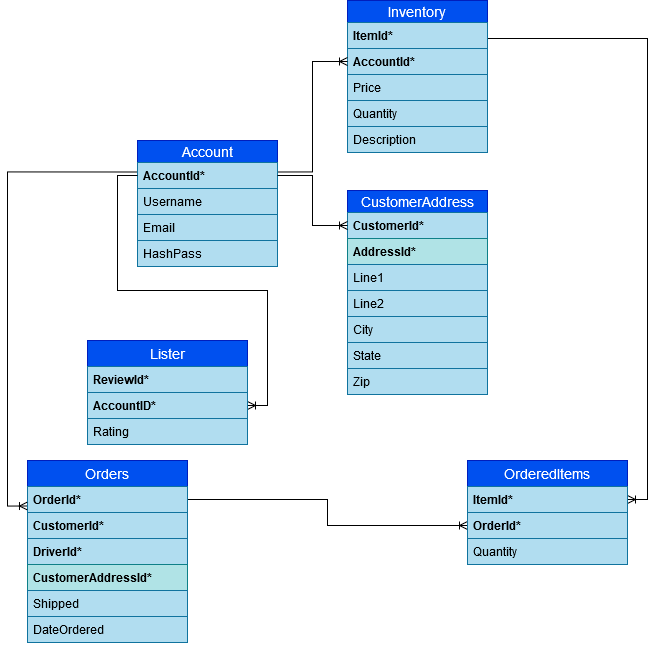
Before: DrivrER.png, a diagram exported from draw.io (jcorm714/Naybrr). Source tidied: cells renumbered, new cells last; positions are measured from the earlier drawing's top-left corner, leaving out a move shared by most shapes. The source it was exported from:
```xml
<mxGraphModel>
  <root>
    <mxCell id="0" />
    <mxCell id="1" parent="0" />
    <mxCell id="2" style="edgeStyle=orthogonalEdgeStyle;rounded=0;jettySize=auto;html=1;exitX=1;exitY=0.25;exitDx=0;exitDy=0;entryX=1;entryY=0.5;entryDx=0;entryDy=0;endArrow=ERoneToMany;endFill=0;" parent="1" edge="1" source="3" target="11">
      <mxGeometry relative="1" as="geometry" />
    </mxCell>
    <mxCell id="3" value="Inventory" style="swimlane;fontStyle=0;horizontal=1;startSize=22;align=center;fontSize=14;fillColor=#0050ef;strokeColor=#001DBC;fontColor=#ffffff;" parent="1" vertex="1">
      <mxGeometry x="320" width="140" height="152" as="geometry" />
    </mxCell>
    <mxCell id="4" value="ItemId*" style="text;strokeColor=#10739e;fillColor=#b1ddf0;spacingLeft=4;spacingRight=4;overflow=hidden;fontSize=12;fontStyle=1;" parent="3" vertex="1">
      <mxGeometry y="22" width="140" height="26" as="geometry" />
    </mxCell>
    <mxCell id="5" value="AccountId*" style="text;strokeColor=#10739e;fillColor=#b1ddf0;spacingLeft=4;spacingRight=4;overflow=hidden;points=[[0,0.5],[1,0.5]];portConstraint=eastwest;fontSize=12;fontStyle=1;" parent="3" vertex="1">
      <mxGeometry y="48" width="140" height="26" as="geometry" />
    </mxCell>
    <mxCell id="6" value="Price" style="text;strokeColor=#10739e;fillColor=#b1ddf0;spacingLeft=4;spacingRight=4;overflow=hidden;fontSize=12;" parent="3" vertex="1">
      <mxGeometry y="74" width="140" height="26" as="geometry" />
    </mxCell>
    <mxCell id="7" value="Quantity" style="text;strokeColor=#10739e;fillColor=#b1ddf0;spacingLeft=4;spacingRight=4;overflow=hidden;fontSize=12;" parent="3" vertex="1">
      <mxGeometry y="100" width="140" height="26" as="geometry" />
    </mxCell>
    <mxCell id="8" value="Description" style="text;strokeColor=#10739e;fillColor=#b1ddf0;spacingLeft=4;spacingRight=4;overflow=hidden;fontSize=12;" parent="3" vertex="1">
      <mxGeometry y="126" width="140" height="26" as="geometry" />
    </mxCell>
    <mxCell id="9" style="edgeStyle=orthogonalEdgeStyle;rounded=0;jettySize=auto;html=1;exitX=1;exitY=0.5;exitDx=0;exitDy=0;entryX=0;entryY=0.5;entryDx=0;entryDy=0;endArrow=ERoneToMany;endFill=0;" parent="1" edge="1" source="15" target="12">
      <mxGeometry relative="1" as="geometry" />
    </mxCell>
    <mxCell id="10" value="OrderedItems" style="swimlane;fontStyle=0;horizontal=1;startSize=26;align=center;fontSize=14;fillColor=#0050ef;strokeColor=#001DBC;fontColor=#ffffff;" parent="1" vertex="1">
      <mxGeometry x="440" y="460" width="160" height="104" as="geometry" />
    </mxCell>
    <mxCell id="11" value="ItemId*" style="text;strokeColor=#10739e;fillColor=#b1ddf0;spacingLeft=4;spacingRight=4;overflow=hidden;points=[[0,0.5],[1,0.5]];portConstraint=eastwest;fontSize=12;fontStyle=1;" parent="10" vertex="1">
      <mxGeometry y="26" width="160" height="26" as="geometry" />
    </mxCell>
    <mxCell id="12" value="OrderId*" style="text;strokeColor=#10739e;fillColor=#b1ddf0;spacingLeft=4;spacingRight=4;overflow=hidden;points=[[0,0.5],[1,0.5]];portConstraint=eastwest;fontSize=12;fontStyle=1;" parent="10" vertex="1">
      <mxGeometry y="52" width="160" height="26" as="geometry" />
    </mxCell>
    <mxCell id="13" value="Quantity" style="text;strokeColor=#10739e;fillColor=#b1ddf0;spacingLeft=4;spacingRight=4;overflow=hidden;fontSize=12;" parent="10" vertex="1">
      <mxGeometry y="78" width="160" height="26" as="geometry" />
    </mxCell>
    <mxCell id="14" value="Orders" style="swimlane;fontStyle=0;horizontal=1;startSize=26;align=center;fontSize=14;fillColor=#0050ef;strokeColor=#001DBC;fontColor=#ffffff;" parent="1" vertex="1">
      <mxGeometry y="460" width="160" height="182" as="geometry" />
    </mxCell>
    <mxCell id="15" value="OrderId*" style="text;strokeColor=#10739e;fillColor=#b1ddf0;spacingLeft=4;spacingRight=4;overflow=hidden;points=[[0,0.5],[1,0.5]];portConstraint=eastwest;fontSize=12;fontStyle=1;" parent="14" vertex="1">
      <mxGeometry y="26" width="160" height="26" as="geometry" />
    </mxCell>
    <mxCell id="16" value="CustomerId*" style="text;strokeColor=#10739e;fillColor=#b1ddf0;spacingLeft=4;spacingRight=4;overflow=hidden;fontSize=12;fontStyle=1;" parent="14" vertex="1">
      <mxGeometry y="52" width="160" height="26" as="geometry" />
    </mxCell>
    <mxCell id="17" value="DriverId*" style="text;strokeColor=#10739e;fillColor=#b1ddf0;spacingLeft=4;spacingRight=4;overflow=hidden;fontSize=12;fontStyle=1;" parent="14" vertex="1">
      <mxGeometry y="78" width="160" height="26" as="geometry" />
    </mxCell>
    <mxCell id="18" value="CustomerAddressId*" style="text;strokeColor=#0e8088;fillColor=#b0e3e6;spacingLeft=4;spacingRight=4;overflow=hidden;fontSize=12;fontStyle=1;" parent="14" vertex="1">
      <mxGeometry y="104" width="160" height="26" as="geometry" />
    </mxCell>
    <mxCell id="19" value="Shipped" style="text;strokeColor=#10739e;fillColor=#b1ddf0;spacingLeft=4;spacingRight=4;overflow=hidden;fontSize=12;" parent="14" vertex="1">
      <mxGeometry y="130" width="160" height="26" as="geometry" />
    </mxCell>
    <mxCell id="20" value="DateOrdered" style="text;strokeColor=#10739e;fillColor=#b1ddf0;spacingLeft=4;spacingRight=4;overflow=hidden;fontSize=12;" parent="14" vertex="1">
      <mxGeometry y="156" width="160" height="26" as="geometry" />
    </mxCell>
    <mxCell id="21" value="CustomerAddress" style="swimlane;fontStyle=0;horizontal=1;startSize=22;align=center;fontSize=14;fillColor=#0050ef;strokeColor=#001DBC;fontColor=#ffffff;" parent="1" vertex="1">
      <mxGeometry x="320" y="190" width="140" height="204" as="geometry" />
    </mxCell>
    <mxCell id="22" value="CustomerId*" style="text;strokeColor=#10739e;fillColor=#b1ddf0;spacingLeft=4;spacingRight=4;overflow=hidden;points=[[0,0.5],[1,0.5]];portConstraint=eastwest;fontSize=12;fontStyle=1;" parent="21" vertex="1">
      <mxGeometry y="22" width="140" height="26" as="geometry" />
    </mxCell>
    <mxCell id="23" value="AddressId*" style="text;strokeColor=#0e8088;fillColor=#b0e3e6;spacingLeft=4;spacingRight=4;overflow=hidden;fontSize=12;fontStyle=1;" parent="21" vertex="1">
      <mxGeometry y="48" width="140" height="26" as="geometry" />
    </mxCell>
    <mxCell id="24" value="Line1" style="text;strokeColor=#10739e;fillColor=#b1ddf0;spacingLeft=4;spacingRight=4;overflow=hidden;fontSize=12;" parent="21" vertex="1">
      <mxGeometry y="74" width="140" height="26" as="geometry" />
    </mxCell>
    <mxCell id="25" value="Line2" style="text;strokeColor=#10739e;fillColor=#b1ddf0;spacingLeft=4;spacingRight=4;overflow=hidden;fontSize=12;" parent="21" vertex="1">
      <mxGeometry y="100" width="140" height="26" as="geometry" />
    </mxCell>
    <mxCell id="26" value="City" style="text;strokeColor=#10739e;fillColor=#b1ddf0;spacingLeft=4;spacingRight=4;overflow=hidden;fontSize=12;" parent="21" vertex="1">
      <mxGeometry y="126" width="140" height="26" as="geometry" />
    </mxCell>
    <mxCell id="27" value="State" style="text;strokeColor=#10739e;fillColor=#b1ddf0;spacingLeft=4;spacingRight=4;overflow=hidden;fontSize=12;" parent="21" vertex="1">
      <mxGeometry y="152" width="140" height="26" as="geometry" />
    </mxCell>
    <mxCell id="28" value="Zip" style="text;strokeColor=#10739e;fillColor=#b1ddf0;spacingLeft=4;spacingRight=4;overflow=hidden;fontSize=12;" parent="21" vertex="1">
      <mxGeometry y="178" width="140" height="26" as="geometry" />
    </mxCell>
    <mxCell id="29" style="edgeStyle=orthogonalEdgeStyle;rounded=0;jettySize=auto;html=1;exitX=1;exitY=0.25;exitDx=0;exitDy=0;entryX=0;entryY=0.5;entryDx=0;entryDy=0;endArrow=ERoneToMany;endFill=0;" parent="1" edge="1" source="31" target="5">
      <mxGeometry relative="1" as="geometry" />
    </mxCell>
    <mxCell id="30" style="edgeStyle=orthogonalEdgeStyle;rounded=0;jettySize=auto;html=1;exitX=0;exitY=0.25;exitDx=0;exitDy=0;entryX=0;entryY=0.25;entryDx=0;entryDy=0;endArrow=ERoneToMany;endFill=0;" parent="1" edge="1" source="31" target="14">
      <mxGeometry relative="1" as="geometry" />
    </mxCell>
    <mxCell id="31" value="Account" style="swimlane;fontStyle=0;horizontal=1;startSize=22;align=center;fontSize=14;fillColor=#0050ef;strokeColor=#001DBC;fontColor=#ffffff;" parent="1" vertex="1">
      <mxGeometry x="110" y="140" width="140" height="126" as="geometry" />
    </mxCell>
    <mxCell id="32" value="AccountId*" style="text;strokeColor=#10739e;fillColor=#b1ddf0;spacingLeft=4;spacingRight=4;overflow=hidden;points=[[0,0.5],[1,0.5]];portConstraint=eastwest;fontSize=12;fontStyle=1;" parent="31" vertex="1">
      <mxGeometry y="22" width="140" height="26" as="geometry" />
    </mxCell>
    <mxCell id="33" value="Username" style="text;strokeColor=#10739e;fillColor=#b1ddf0;spacingLeft=4;spacingRight=4;overflow=hidden;fontSize=12;" parent="31" vertex="1">
      <mxGeometry y="48" width="140" height="26" as="geometry" />
    </mxCell>
    <mxCell id="34" value="Email" style="text;strokeColor=#10739e;fillColor=#b1ddf0;spacingLeft=4;spacingRight=4;overflow=hidden;fontSize=12;" parent="31" vertex="1">
      <mxGeometry y="74" width="140" height="26" as="geometry" />
    </mxCell>
    <mxCell id="35" value="HashPass" style="text;strokeColor=#10739e;fillColor=#b1ddf0;spacingLeft=4;spacingRight=4;overflow=hidden;fontSize=12;" parent="31" vertex="1">
      <mxGeometry y="100" width="140" height="26" as="geometry" />
    </mxCell>
    <mxCell id="36" style="edgeStyle=orthogonalEdgeStyle;rounded=0;jettySize=auto;html=1;exitX=1;exitY=0.5;exitDx=0;exitDy=0;entryX=0;entryY=0.5;entryDx=0;entryDy=0;endArrow=ERoneToMany;endFill=0;" parent="1" edge="1" source="32" target="22">
      <mxGeometry relative="1" as="geometry" />
    </mxCell>
    <mxCell id="37" style="edgeStyle=orthogonalEdgeStyle;rounded=0;jettySize=auto;html=1;exitX=0;exitY=0.5;exitDx=0;exitDy=0;endArrow=ERoneToMany;endFill=0;" parent="1" edge="1" source="32" target="40">
      <mxGeometry relative="1" as="geometry" />
    </mxCell>
    <mxCell id="38" value="Lister" style="swimlane;fontStyle=0;horizontal=1;startSize=26;align=center;fontSize=14;fillColor=#0050ef;strokeColor=#001DBC;fontColor=#ffffff;" parent="1" vertex="1">
      <mxGeometry x="60" y="340" width="160" height="104" as="geometry" />
    </mxCell>
    <mxCell id="39" value="ReviewId*" style="text;strokeColor=#10739e;fillColor=#b1ddf0;spacingLeft=4;spacingRight=4;overflow=hidden;fontSize=12;fontStyle=1;" parent="38" vertex="1">
      <mxGeometry y="26" width="160" height="26" as="geometry" />
    </mxCell>
    <mxCell id="40" value="AccountID*" style="text;strokeColor=#10739e;fillColor=#b1ddf0;spacingLeft=4;spacingRight=4;overflow=hidden;points=[[0,0.5],[1,0.5]];portConstraint=eastwest;fontSize=12;verticalAlign=top;fontStyle=1;" parent="38" vertex="1">
      <mxGeometry y="52" width="160" height="26" as="geometry" />
    </mxCell>
    <mxCell id="41" value="Rating" style="text;strokeColor=#10739e;fillColor=#b1ddf0;spacingLeft=4;spacingRight=4;overflow=hidden;fontSize=12;" parent="38" vertex="1">
      <mxGeometry y="78" width="160" height="26" as="geometry" />
    </mxCell>
  </root>
</mxGraphModel>
```
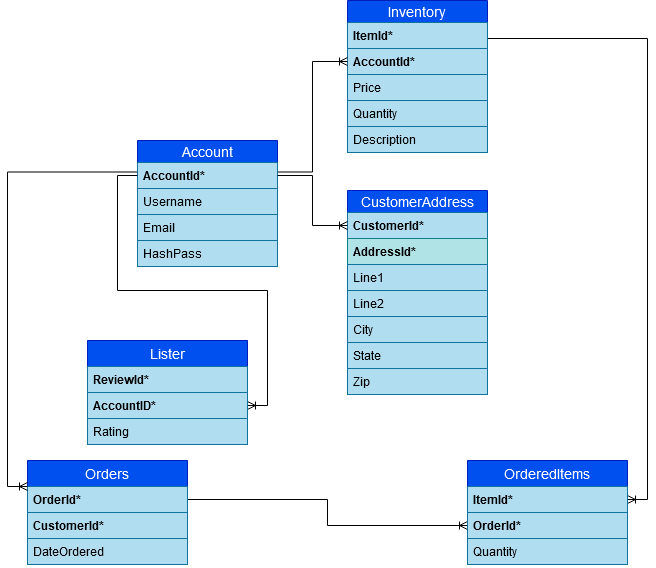
After the commit.

Commit message:
Removed Old Columns

Diff of the diagram source:
```diff
@@ -39,7 +39,7 @@
       <mxGeometry y="78" width="160" height="26" as="geometry" />
     </mxCell>
     <mxCell id="14" value="Orders" style="swimlane;fontStyle=0;horizontal=1;startSize=26;align=center;fontSize=14;fillColor=#0050ef;strokeColor=#001DBC;fontColor=#ffffff;" parent="1" vertex="1">
-      <mxGeometry y="460" width="160" height="182" as="geometry" />
+      <mxGeometry y="460" width="160" height="104" as="geometry" />
     </mxCell>
     <mxCell id="15" value="OrderId*" style="text;strokeColor=#10739e;fillColor=#b1ddf0;spacingLeft=4;spacingRight=4;overflow=hidden;points=[[0,0.5],[1,0.5]];portConstraint=eastwest;fontSize=12;fontStyle=1;" parent="14" vertex="1">
       <mxGeometry y="26" width="160" height="26" as="geometry" />
@@ -47,17 +47,8 @@
     <mxCell id="16" value="CustomerId*" style="text;strokeColor=#10739e;fillColor=#b1ddf0;spacingLeft=4;spacingRight=4;overflow=hidden;fontSize=12;fontStyle=1;" parent="14" vertex="1">
       <mxGeometry y="52" width="160" height="26" as="geometry" />
     </mxCell>
-    <mxCell id="17" value="DriverId*" style="text;strokeColor=#10739e;fillColor=#b1ddf0;spacingLeft=4;spacingRight=4;overflow=hidden;fontSize=12;fontStyle=1;" parent="14" vertex="1">
-      <mxGeometry y="78" width="160" height="26" as="geometry" />
-    </mxCell>
-    <mxCell id="18" value="CustomerAddressId*" style="text;strokeColor=#0e8088;fillColor=#b0e3e6;spacingLeft=4;spacingRight=4;overflow=hidden;fontSize=12;fontStyle=1;" parent="14" vertex="1">
-      <mxGeometry y="104" width="160" height="26" as="geometry" />
-    </mxCell>
-    <mxCell id="19" value="Shipped" style="text;strokeColor=#10739e;fillColor=#b1ddf0;spacingLeft=4;spacingRight=4;overflow=hidden;fontSize=12;" parent="14" vertex="1">
-      <mxGeometry y="130" width="160" height="26" as="geometry" />
-    </mxCell>
     <mxCell id="20" value="DateOrdered" style="text;strokeColor=#10739e;fillColor=#b1ddf0;spacingLeft=4;spacingRight=4;overflow=hidden;fontSize=12;" parent="14" vertex="1">
-      <mxGeometry y="156" width="160" height="26" as="geometry" />
+      <mxGeometry y="78" width="160" height="26" as="geometry" />
     </mxCell>
     <mxCell id="21" value="CustomerAddress" style="swimlane;fontStyle=0;horizontal=1;startSize=22;align=center;fontSize=14;fillColor=#0050ef;strokeColor=#001DBC;fontColor=#ffffff;" parent="1" vertex="1">
       <mxGeometry x="320" y="190" width="140" height="204" as="geometry" />
```
